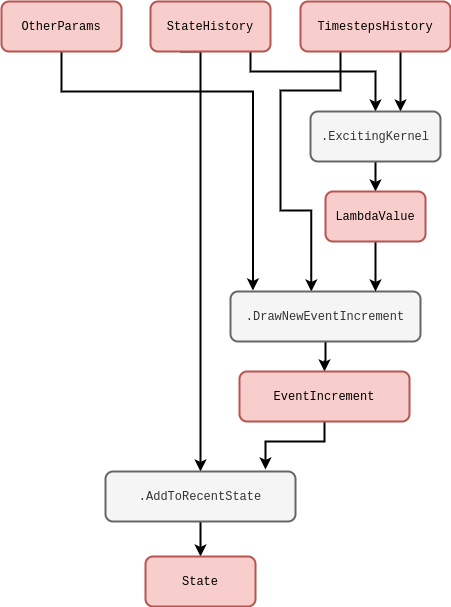
umbralcalc/umbralcalc.github.io keeps this draw.io diagram as assets/stochadexI/stochadexI-hawkes-process.drawio.png. Above is the earlier version. Source tidied: cells renumbered, new cells last; positions are measured from the earlier drawing's top-left corner, leaving out a move shared by most shapes. Source of this version:
```xml
<mxGraphModel>
  <root>
    <mxCell id="0" />
    <mxCell id="1" parent="0" />
    <mxCell id="2" style="edgeStyle=orthogonalEdgeStyle;rounded=0;jettySize=auto;html=1;strokeWidth=2;exitX=0.25;exitY=1;exitDx=0;exitDy=0;entryX=0.5;entryY=0;entryDx=0;entryDy=0;" parent="1" edge="1" source="4" target="11">
      <mxGeometry relative="1" as="geometry">
        <Array as="points">
          <mxPoint x="199" y="50" />
        </Array>
      </mxGeometry>
    </mxCell>
    <mxCell id="3" style="edgeStyle=orthogonalEdgeStyle;rounded=0;jettySize=auto;html=1;entryX=0.5;entryY=0;entryDx=0;entryDy=0;strokeWidth=2;" parent="1" edge="1" source="4" target="14">
      <mxGeometry relative="1" as="geometry">
        <Array as="points">
          <mxPoint x="249" y="70" />
          <mxPoint x="374" y="70" />
        </Array>
      </mxGeometry>
    </mxCell>
    <mxCell id="4" value="&lt;font face=&quot;Courier New&quot;&gt;StateHistory&lt;/font&gt;" style="rounded=1;whiteSpace=wrap;html=1;strokeWidth=2;fillColor=#f8cecc;strokeColor=#b85450;" parent="1" vertex="1">
      <mxGeometry x="149" width="120" height="50" as="geometry" />
    </mxCell>
    <mxCell id="5" style="edgeStyle=orthogonalEdgeStyle;rounded=0;jettySize=auto;html=1;strokeWidth=2;" parent="1" edge="1" source="7" target="14">
      <mxGeometry relative="1" as="geometry">
        <Array as="points">
          <mxPoint x="399" y="80" />
          <mxPoint x="399" y="80" />
        </Array>
      </mxGeometry>
    </mxCell>
    <mxCell id="6" style="edgeStyle=orthogonalEdgeStyle;rounded=0;orthogonalLoop=1;jettySize=auto;html=1;strokeWidth=2;entryX=0.391;entryY=0.02;entryDx=0;entryDy=0;entryPerimeter=0;" parent="1" edge="1">
      <mxGeometry relative="1" as="geometry">
        <mxPoint x="339" y="49" as="sourcePoint" />
        <mxPoint x="309.8" y="290" as="targetPoint" />
        <Array as="points">
          <mxPoint x="339" y="89" />
          <mxPoint x="279" y="89" />
          <mxPoint x="279" y="209" />
          <mxPoint x="310" y="209" />
        </Array>
      </mxGeometry>
    </mxCell>
    <mxCell id="7" value="&lt;font face=&quot;Courier New&quot;&gt;TimestepsHistory&lt;/font&gt;" style="rounded=1;whiteSpace=wrap;html=1;strokeWidth=2;fillColor=#f8cecc;strokeColor=#b85450;" parent="1" vertex="1">
      <mxGeometry x="299" width="150" height="50" as="geometry" />
    </mxCell>
    <mxCell id="8" style="edgeStyle=orthogonalEdgeStyle;rounded=0;jettySize=auto;html=1;entryX=0.118;entryY=-0.02;entryDx=0;entryDy=0;strokeWidth=2;entryPerimeter=0;" parent="1" edge="1" source="9" target="16">
      <mxGeometry relative="1" as="geometry">
        <Array as="points">
          <mxPoint x="60" y="90" />
          <mxPoint x="251" y="90" />
        </Array>
      </mxGeometry>
    </mxCell>
    <mxCell id="9" value="&lt;font face=&quot;Courier New&quot;&gt;OtherParams&lt;/font&gt;" style="rounded=1;whiteSpace=wrap;html=1;strokeWidth=2;fillColor=#f8cecc;strokeColor=#b85450;" parent="1" vertex="1">
      <mxGeometry width="120" height="50" as="geometry" />
    </mxCell>
    <mxCell id="10" style="edgeStyle=orthogonalEdgeStyle;rounded=0;jettySize=auto;html=1;strokeWidth=2;" parent="1" edge="1" source="11" target="12">
      <mxGeometry relative="1" as="geometry" />
    </mxCell>
    <mxCell id="11" value="&lt;font face=&quot;Courier New&quot;&gt;.AddToRecentState&lt;/font&gt;" style="rounded=1;whiteSpace=wrap;html=1;strokeWidth=2;fillColor=#f5f5f5;fontColor=#333333;strokeColor=#666666;" parent="1" vertex="1">
      <mxGeometry x="104" y="470" width="190" height="50" as="geometry" />
    </mxCell>
    <mxCell id="12" value="&lt;font face=&quot;Courier New&quot;&gt;State&lt;/font&gt;" style="rounded=1;whiteSpace=wrap;html=1;strokeWidth=2;fillColor=#f8cecc;strokeColor=#b85450;" parent="1" vertex="1">
      <mxGeometry x="144" y="555" width="110" height="50" as="geometry" />
    </mxCell>
    <mxCell id="13" style="edgeStyle=orthogonalEdgeStyle;rounded=0;jettySize=auto;html=1;strokeWidth=2;" parent="1" edge="1" source="14" target="20">
      <mxGeometry relative="1" as="geometry" />
    </mxCell>
    <mxCell id="14" value="&lt;font face=&quot;Courier New&quot;&gt;.ExcitingKernel&lt;/font&gt;" style="rounded=1;whiteSpace=wrap;html=1;strokeWidth=2;fillColor=#f5f5f5;fontColor=#333333;strokeColor=#666666;" parent="1" vertex="1">
      <mxGeometry x="309" y="110" width="130" height="50" as="geometry" />
    </mxCell>
    <mxCell id="15" style="edgeStyle=orthogonalEdgeStyle;rounded=0;jettySize=auto;html=1;strokeWidth=2;" parent="1" edge="1" source="16" target="18">
      <mxGeometry relative="1" as="geometry" />
    </mxCell>
    <mxCell id="16" value="&lt;font face=&quot;Courier New&quot;&gt;.DrawNewEventIncrement&lt;/font&gt;" style="rounded=1;whiteSpace=wrap;html=1;strokeWidth=2;fillColor=#f5f5f5;fontColor=#333333;strokeColor=#666666;" parent="1" vertex="1">
      <mxGeometry x="229" y="290" width="190" height="50" as="geometry" />
    </mxCell>
    <mxCell id="17" style="edgeStyle=orthogonalEdgeStyle;rounded=0;jettySize=auto;html=1;strokeWidth=2;entryX=0.842;entryY=-0.04;entryDx=0;entryDy=0;entryPerimeter=0;" parent="1" edge="1" source="18" target="11">
      <mxGeometry relative="1" as="geometry">
        <Array as="points">
          <mxPoint x="323" y="440" />
          <mxPoint x="264" y="440" />
        </Array>
      </mxGeometry>
    </mxCell>
    <mxCell id="18" value="&lt;font face=&quot;Courier New&quot;&gt;EventIncrement&lt;/font&gt;" style="rounded=1;whiteSpace=wrap;html=1;strokeWidth=2;fillColor=#f8cecc;strokeColor=#b85450;" parent="1" vertex="1">
      <mxGeometry x="238" y="370" width="170" height="50" as="geometry" />
    </mxCell>
    <mxCell id="19" style="edgeStyle=orthogonalEdgeStyle;rounded=0;jettySize=auto;html=1;strokeWidth=2;" parent="1" edge="1" source="20" target="16">
      <mxGeometry relative="1" as="geometry">
        <Array as="points">
          <mxPoint x="374" y="280" />
          <mxPoint x="374" y="280" />
        </Array>
      </mxGeometry>
    </mxCell>
    <mxCell id="20" value="&lt;font face=&quot;Courier New&quot;&gt;LambdaValue&lt;/font&gt;" style="rounded=1;whiteSpace=wrap;html=1;strokeWidth=2;fillColor=#f8cecc;strokeColor=#b85450;" parent="1" vertex="1">
      <mxGeometry x="324" y="190" width="100" height="50" as="geometry" />
    </mxCell>
  </root>
</mxGraphModel>
```
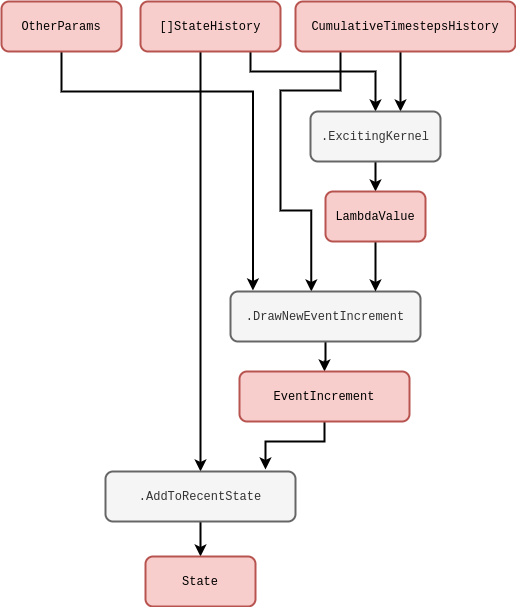
Later version of the same file.

Diff of the diagram source:
```diff
@@ -2,26 +2,26 @@
   <root>
     <mxCell id="0" />
     <mxCell id="1" parent="0" />
-    <mxCell id="2" style="edgeStyle=orthogonalEdgeStyle;rounded=0;jettySize=auto;html=1;strokeWidth=2;exitX=0.25;exitY=1;exitDx=0;exitDy=0;entryX=0.5;entryY=0;entryDx=0;entryDy=0;" parent="1" edge="1" source="4" target="11">
+    <mxCell id="2" style="edgeStyle=orthogonalEdgeStyle;rounded=0;jettySize=auto;html=1;strokeWidth=2;entryX=0.5;entryY=0;entryDx=0;entryDy=0;" parent="1" edge="1" source="22" target="11">
       <mxGeometry relative="1" as="geometry">
         <Array as="points">
-          <mxPoint x="199" y="50" />
+          <mxPoint x="199" y="150" />
+          <mxPoint x="199" y="150" />
         </Array>
       </mxGeometry>
     </mxCell>
-    <mxCell id="3" style="edgeStyle=orthogonalEdgeStyle;rounded=0;jettySize=auto;html=1;entryX=0.5;entryY=0;entryDx=0;entryDy=0;strokeWidth=2;" parent="1" edge="1" source="4" target="14">
+    <mxCell id="3" style="edgeStyle=orthogonalEdgeStyle;rounded=0;jettySize=auto;html=1;entryX=0.5;entryY=0;entryDx=0;entryDy=0;strokeWidth=2;" parent="1" edge="1" target="14">
       <mxGeometry relative="1" as="geometry">
+        <mxPoint x="249" y="50" as="sourcePoint" />
         <Array as="points">
           <mxPoint x="249" y="70" />
           <mxPoint x="374" y="70" />
         </Array>
       </mxGeometry>
     </mxCell>
-    <mxCell id="4" value="&lt;font face=&quot;Courier New&quot;&gt;StateHistory&lt;/font&gt;" style="rounded=1;whiteSpace=wrap;html=1;strokeWidth=2;fillColor=#f8cecc;strokeColor=#b85450;" parent="1" vertex="1">
-      <mxGeometry x="149" width="120" height="50" as="geometry" />
-    </mxCell>
-    <mxCell id="5" style="edgeStyle=orthogonalEdgeStyle;rounded=0;jettySize=auto;html=1;strokeWidth=2;" parent="1" edge="1" source="7" target="14">
+    <mxCell id="5" style="edgeStyle=orthogonalEdgeStyle;rounded=0;jettySize=auto;html=1;strokeWidth=2;" parent="1" edge="1" target="14">
       <mxGeometry relative="1" as="geometry">
+        <mxPoint x="399" y="50" as="sourcePoint" />
         <Array as="points">
           <mxPoint x="399" y="80" />
           <mxPoint x="399" y="80" />
@@ -40,9 +40,6 @@
         </Array>
       </mxGeometry>
     </mxCell>
-    <mxCell id="7" value="&lt;font face=&quot;Courier New&quot;&gt;TimestepsHistory&lt;/font&gt;" style="rounded=1;whiteSpace=wrap;html=1;strokeWidth=2;fillColor=#f8cecc;strokeColor=#b85450;" parent="1" vertex="1">
-      <mxGeometry x="299" width="150" height="50" as="geometry" />
-    </mxCell>
     <mxCell id="8" style="edgeStyle=orthogonalEdgeStyle;rounded=0;jettySize=auto;html=1;entryX=0.118;entryY=-0.02;entryDx=0;entryDy=0;strokeWidth=2;entryPerimeter=0;" parent="1" edge="1" source="9" target="16">
       <mxGeometry relative="1" as="geometry">
         <Array as="points">
@@ -97,5 +94,11 @@
     <mxCell id="20" value="&lt;font face=&quot;Courier New&quot;&gt;LambdaValue&lt;/font&gt;" style="rounded=1;whiteSpace=wrap;html=1;strokeWidth=2;fillColor=#f8cecc;strokeColor=#b85450;" parent="1" vertex="1">
       <mxGeometry x="324" y="190" width="100" height="50" as="geometry" />
     </mxCell>
+    <mxCell id="21" value="&lt;font face=&quot;Courier New&quot;&gt;CumulativeTimestepsHistory&lt;/font&gt;" style="rounded=1;whiteSpace=wrap;html=1;strokeWidth=2;fillColor=#f8cecc;strokeColor=#b85450;" parent="1" vertex="1">
+      <mxGeometry x="294" width="220" height="50" as="geometry" />
+    </mxCell>
+    <mxCell id="22" value="&lt;font face=&quot;Courier New&quot;&gt;[]StateHistory&lt;/font&gt;" style="rounded=1;whiteSpace=wrap;html=1;strokeWidth=2;fillColor=#f8cecc;strokeColor=#b85450;" parent="1" vertex="1">
+      <mxGeometry x="139" width="140" height="50" as="geometry" />
+    </mxCell>
   </root>
 </mxGraphModel>
```
